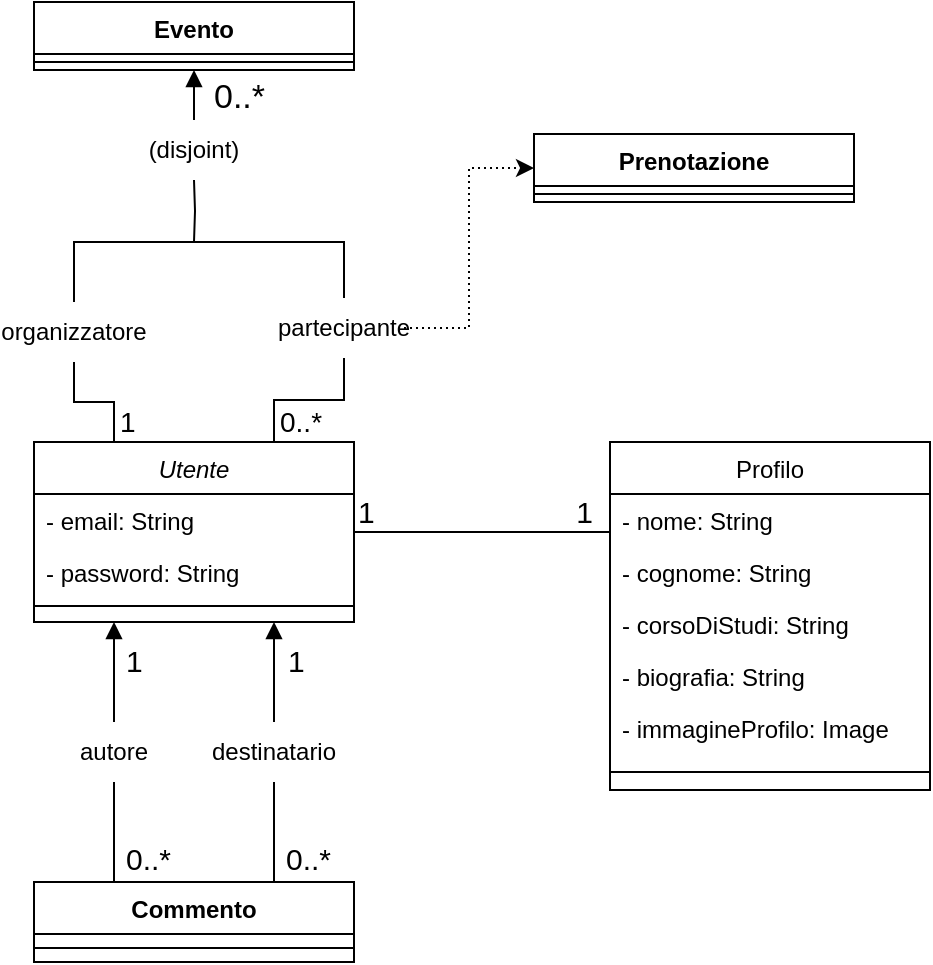
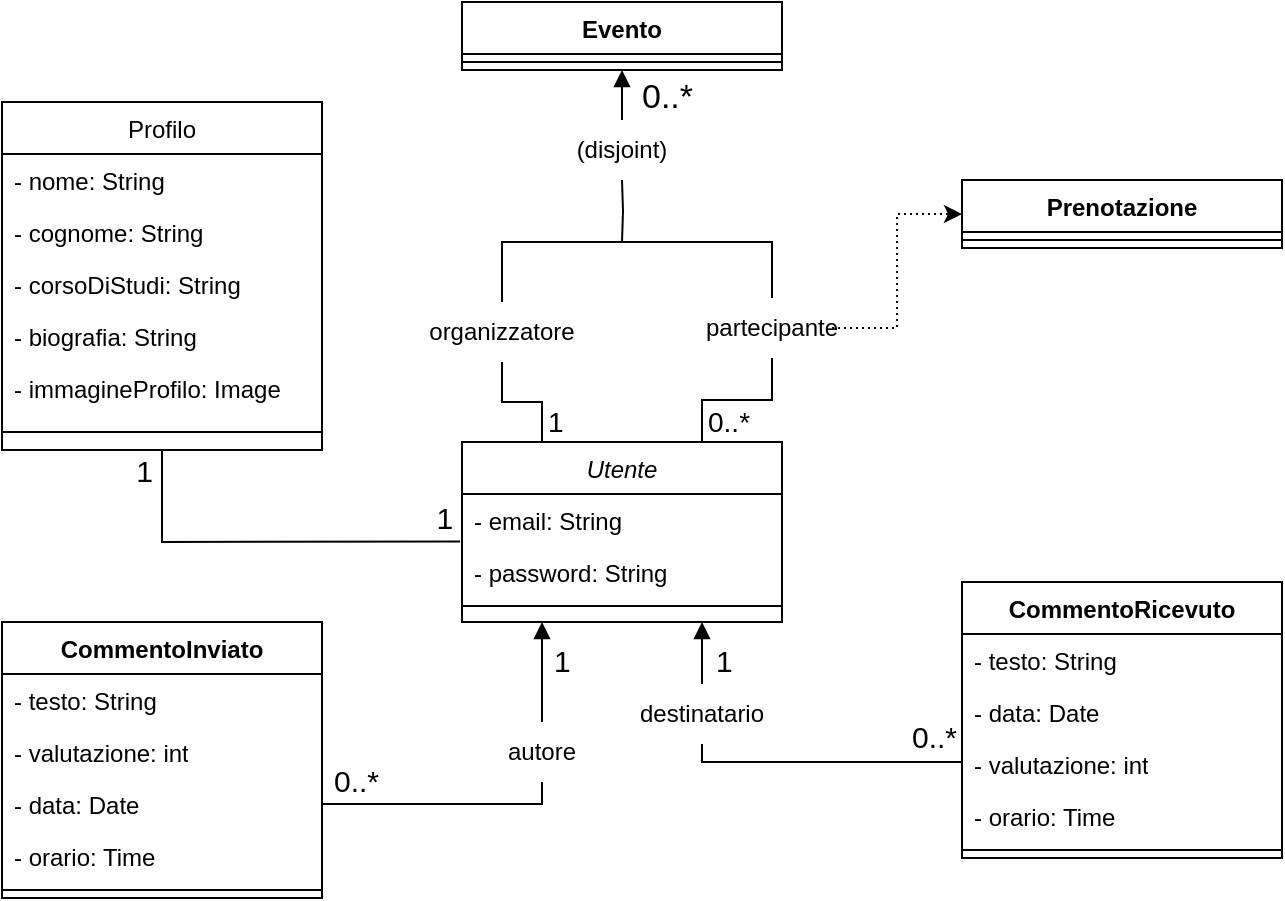
<mxfile host="app.diagrams.net">
  <diagram id="C5RBs43oDa-KdzZeNtuy" name="Page-1">
-     <mxGraphModel dx="1030" dy="1696" grid="1" gridSize="10" guides="1" tooltips="1" connect="1" arrows="1" fold="1" page="1" pageScale="1" pageWidth="827" pageHeight="1169" math="0" shadow="0">
+     <mxGraphModel dx="1971" dy="1755" grid="1" gridSize="10" guides="1" tooltips="1" connect="1" arrows="1" fold="1" page="1" pageScale="1" pageWidth="827" pageHeight="1169" math="0" shadow="0">
      <root>
        <mxCell id="WIyWlLk6GJQsqaUBKTNV-0" />
        <mxCell id="WIyWlLk6GJQsqaUBKTNV-1" parent="WIyWlLk6GJQsqaUBKTNV-0" />
        <mxCell id="zkfFHV4jXpPFQw0GAbJ--0" parent="WIyWlLk6GJQsqaUBKTNV-1" style="swimlane;fontStyle=2;align=center;verticalAlign=top;childLayout=stackLayout;horizontal=1;startSize=26;horizontalStack=0;resizeParent=1;resizeLast=0;collapsible=1;marginBottom=0;rounded=0;shadow=0;strokeWidth=1;" value="Utente" vertex="1">
          <mxGeometry height="90" width="160" x="220" y="120" as="geometry">
            <mxRectangle height="26" width="160" x="230" y="140" as="alternateBounds" />
          </mxGeometry>
        </mxCell>
        <mxCell id="zkfFHV4jXpPFQw0GAbJ--1" parent="zkfFHV4jXpPFQw0GAbJ--0" style="text;align=left;verticalAlign=top;spacingLeft=4;spacingRight=4;overflow=hidden;rotatable=0;points=[[0,0.5],[1,0.5]];portConstraint=eastwest;" value="- email: String" vertex="1">
          <mxGeometry height="26" width="160" y="26" as="geometry" />
        </mxCell>
        <mxCell id="zkfFHV4jXpPFQw0GAbJ--2" parent="zkfFHV4jXpPFQw0GAbJ--0" style="text;align=left;verticalAlign=top;spacingLeft=4;spacingRight=4;overflow=hidden;rotatable=0;points=[[0,0.5],[1,0.5]];portConstraint=eastwest;rounded=0;shadow=0;html=0;" value="- password: String" vertex="1">
          <mxGeometry height="26" width="160" y="52" as="geometry" />
        </mxCell>
        <mxCell id="zkfFHV4jXpPFQw0GAbJ--4" parent="zkfFHV4jXpPFQw0GAbJ--0" style="line;html=1;strokeWidth=1;align=left;verticalAlign=middle;spacingTop=-1;spacingLeft=3;spacingRight=3;rotatable=0;labelPosition=right;points=[];portConstraint=eastwest;" value="" vertex="1">
          <mxGeometry height="8" width="160" y="78" as="geometry" />
        </mxCell>
        <mxCell id="zkfFHV4jXpPFQw0GAbJ--17" parent="WIyWlLk6GJQsqaUBKTNV-1" style="swimlane;fontStyle=0;align=center;verticalAlign=top;childLayout=stackLayout;horizontal=1;startSize=26;horizontalStack=0;resizeParent=1;resizeLast=0;collapsible=1;marginBottom=0;rounded=0;shadow=0;strokeWidth=1;" value="Profilo" vertex="1">
-           <mxGeometry height="174" width="160" x="508" y="120" as="geometry">
+           <mxGeometry height="174" width="160" x="-10" y="-50" as="geometry">
            <mxRectangle height="26" width="160" x="550" y="140" as="alternateBounds" />
          </mxGeometry>
        </mxCell>
        <mxCell id="A1KmLSKrQZBMBl_nuZv8-17" parent="zkfFHV4jXpPFQw0GAbJ--17" style="text;align=left;verticalAlign=top;spacingLeft=4;spacingRight=4;overflow=hidden;rotatable=0;points=[[0,0.5],[1,0.5]];portConstraint=eastwest;" value="- nome: String        " vertex="1">
          <mxGeometry height="26" width="160" y="26" as="geometry" />
        </mxCell>
        <mxCell id="zkfFHV4jXpPFQw0GAbJ--19" parent="zkfFHV4jXpPFQw0GAbJ--17" style="text;align=left;verticalAlign=top;spacingLeft=4;spacingRight=4;overflow=hidden;rotatable=0;points=[[0,0.5],[1,0.5]];portConstraint=eastwest;rounded=0;shadow=0;html=0;" value="- cognome: String" vertex="1">
          <mxGeometry height="26" width="160" y="52" as="geometry" />
        </mxCell>
        <mxCell id="zkfFHV4jXpPFQw0GAbJ--20" parent="zkfFHV4jXpPFQw0GAbJ--17" style="text;align=left;verticalAlign=top;spacingLeft=4;spacingRight=4;overflow=hidden;rotatable=0;points=[[0,0.5],[1,0.5]];portConstraint=eastwest;rounded=0;shadow=0;html=0;" value="- corsoDiStudi: String" vertex="1">
          <mxGeometry height="26" width="160" y="78" as="geometry" />
        </mxCell>
        <mxCell id="zkfFHV4jXpPFQw0GAbJ--21" parent="zkfFHV4jXpPFQw0GAbJ--17" style="text;align=left;verticalAlign=top;spacingLeft=4;spacingRight=4;overflow=hidden;rotatable=0;points=[[0,0.5],[1,0.5]];portConstraint=eastwest;rounded=0;shadow=0;html=0;" value="- biografia: String" vertex="1">
          <mxGeometry height="26" width="160" y="104" as="geometry" />
        </mxCell>
        <mxCell id="zkfFHV4jXpPFQw0GAbJ--22" parent="zkfFHV4jXpPFQw0GAbJ--17" style="text;align=left;verticalAlign=top;spacingLeft=4;spacingRight=4;overflow=hidden;rotatable=0;points=[[0,0.5],[1,0.5]];portConstraint=eastwest;rounded=0;shadow=0;html=0;" value="- immagineProfilo: Image" vertex="1">
          <mxGeometry height="26" width="160" y="130" as="geometry" />
        </mxCell>
        <mxCell id="zkfFHV4jXpPFQw0GAbJ--23" parent="zkfFHV4jXpPFQw0GAbJ--17" style="line;html=1;strokeWidth=1;align=left;verticalAlign=middle;spacingTop=-1;spacingLeft=3;spacingRight=3;rotatable=0;labelPosition=right;points=[];portConstraint=eastwest;" value="" vertex="1">
          <mxGeometry height="18" width="160" y="156" as="geometry" />
        </mxCell>
-         <mxCell id="zkfFHV4jXpPFQw0GAbJ--26" edge="1" parent="WIyWlLk6GJQsqaUBKTNV-1" source="zkfFHV4jXpPFQw0GAbJ--0" style="endArrow=none;shadow=0;strokeWidth=1;rounded=0;curved=0;endFill=0;edgeStyle=elbowEdgeStyle;elbow=vertical;" target="zkfFHV4jXpPFQw0GAbJ--17" value="">
+         <mxCell id="zkfFHV4jXpPFQw0GAbJ--26" edge="1" parent="WIyWlLk6GJQsqaUBKTNV-1" source="zkfFHV4jXpPFQw0GAbJ--2" style="endArrow=none;shadow=0;strokeWidth=1;rounded=0;curved=0;endFill=0;edgeStyle=elbowEdgeStyle;elbow=vertical;exitX=-0.006;exitY=-0.085;exitDx=0;exitDy=0;exitPerimeter=0;" target="zkfFHV4jXpPFQw0GAbJ--17" value="">
          <mxGeometry relative="1" x="0.5" y="41" as="geometry">
            <mxPoint x="-40" y="32" as="offset" />
+             <Array as="points">
+               <mxPoint x="70" y="170" />
+             </Array>
            <mxPoint x="380" y="192" as="sourcePoint" />
            <mxPoint x="540" y="192" as="targetPoint" />
          </mxGeometry>
        </mxCell>
        <mxCell id="zkfFHV4jXpPFQw0GAbJ--27" connectable="0" parent="zkfFHV4jXpPFQw0GAbJ--26" style="resizable=0;align=left;verticalAlign=bottom;labelBackgroundColor=none;fontSize=15;" value="1" vertex="1">
          <mxGeometry relative="1" x="-1" as="geometry">
-             <mxPoint as="offset" />
+             <mxPoint x="-14" y="-2" as="offset" />
          </mxGeometry>
        </mxCell>
        <mxCell id="zkfFHV4jXpPFQw0GAbJ--28" connectable="0" parent="zkfFHV4jXpPFQw0GAbJ--26" style="resizable=0;align=right;verticalAlign=bottom;labelBackgroundColor=none;fontSize=15;" value="1" vertex="1">
          <mxGeometry relative="1" x="1" as="geometry">
-             <mxPoint x="-7" as="offset" />
-           </mxGeometry>
-         </mxCell>
-         <mxCell id="A1KmLSKrQZBMBl_nuZv8-7" parent="WIyWlLk6GJQsqaUBKTNV-1" style="swimlane;fontStyle=1;align=center;verticalAlign=top;childLayout=stackLayout;horizontal=1;startSize=26;horizontalStack=0;resizeParent=1;resizeParentMax=0;resizeLast=0;collapsible=1;marginBottom=0;whiteSpace=wrap;html=1;" value="Commento" vertex="1">
-           <mxGeometry height="40" width="160" x="220" y="340" as="geometry" />
-         </mxCell>
-         <mxCell id="A1KmLSKrQZBMBl_nuZv8-9" parent="A1KmLSKrQZBMBl_nuZv8-7" style="line;strokeWidth=1;fillColor=none;align=left;verticalAlign=middle;spacingTop=-1;spacingLeft=3;spacingRight=3;rotatable=0;labelPosition=right;points=[];portConstraint=eastwest;strokeColor=inherit;" value="" vertex="1">
-           <mxGeometry height="14" width="160" y="26" as="geometry" />
+             <mxPoint x="-3" y="20" as="offset" />
+           </mxGeometry>
        </mxCell>
        <mxCell id="A1KmLSKrQZBMBl_nuZv8-25" edge="1" parent="WIyWlLk6GJQsqaUBKTNV-1" source="A1KmLSKrQZBMBl_nuZv8-31" style="endArrow=block;endFill=1;html=1;edgeStyle=orthogonalEdgeStyle;align=left;verticalAlign=top;rounded=0;entryX=0.25;entryY=1;entryDx=0;entryDy=0;" target="zkfFHV4jXpPFQw0GAbJ--0" value="">
          <mxGeometry relative="1" x="-1" as="geometry">
            <mxPoint x="240" y="300" as="sourcePoint" />
            <mxPoint x="400" y="300" as="targetPoint" />
          </mxGeometry>
        </mxCell>
        <mxCell id="A1KmLSKrQZBMBl_nuZv8-28" connectable="0" parent="WIyWlLk6GJQsqaUBKTNV-1" style="edgeLabel;resizable=0;html=1;align=left;verticalAlign=bottom;" value="&lt;font style=&quot;font-size: 15px;&quot;&gt;1&lt;/font&gt;" vertex="1">
          <mxGeometry x="264" y="240" as="geometry" />
        </mxCell>
        <mxCell id="A1KmLSKrQZBMBl_nuZv8-33" edge="1" parent="WIyWlLk6GJQsqaUBKTNV-1" source="A1KmLSKrQZBMBl_nuZv8-36" style="endArrow=block;endFill=1;html=1;edgeStyle=orthogonalEdgeStyle;align=left;verticalAlign=top;rounded=0;exitX=0.5;exitY=0;exitDx=0;exitDy=0;entryX=0.75;entryY=1;entryDx=0;entryDy=0;" target="zkfFHV4jXpPFQw0GAbJ--0" value="">
          <mxGeometry relative="1" x="-1" as="geometry">
            <mxPoint x="341" y="340" as="sourcePoint" />
            <mxPoint x="341" y="220" as="targetPoint" />
          </mxGeometry>
        </mxCell>
        <mxCell id="A1KmLSKrQZBMBl_nuZv8-35" connectable="0" parent="WIyWlLk6GJQsqaUBKTNV-1" style="edgeLabel;resizable=0;html=1;align=left;verticalAlign=bottom;fontSize=15;" value="1" vertex="1">
          <mxGeometry x="345" y="240" as="geometry" />
        </mxCell>
        <mxCell id="A1KmLSKrQZBMBl_nuZv8-37" parent="WIyWlLk6GJQsqaUBKTNV-1" style="swimlane;fontStyle=1;align=center;verticalAlign=top;childLayout=stackLayout;horizontal=1;startSize=26;horizontalStack=0;resizeParent=1;resizeParentMax=0;resizeLast=0;collapsible=1;marginBottom=0;whiteSpace=wrap;html=1;" value="Evento" vertex="1">
          <mxGeometry height="34" width="160" x="220" y="-100" as="geometry" />
        </mxCell>
        <mxCell id="A1KmLSKrQZBMBl_nuZv8-39" parent="A1KmLSKrQZBMBl_nuZv8-37" style="line;strokeWidth=1;fillColor=none;align=left;verticalAlign=middle;spacingTop=-1;spacingLeft=3;spacingRight=3;rotatable=0;labelPosition=right;points=[];portConstraint=eastwest;strokeColor=inherit;" value="" vertex="1">
          <mxGeometry height="8" width="160" y="26" as="geometry" />
        </mxCell>
        <mxCell id="A1KmLSKrQZBMBl_nuZv8-41" parent="WIyWlLk6GJQsqaUBKTNV-1" style="swimlane;fontStyle=1;align=center;verticalAlign=top;childLayout=stackLayout;horizontal=1;startSize=26;horizontalStack=0;resizeParent=1;resizeParentMax=0;resizeLast=0;collapsible=1;marginBottom=0;whiteSpace=wrap;html=1;" value="Prenotazione" vertex="1">
-           <mxGeometry height="34" width="160" x="470" y="-34" as="geometry" />
+           <mxGeometry height="34" width="160" x="470" y="-11" as="geometry" />
        </mxCell>
        <mxCell id="A1KmLSKrQZBMBl_nuZv8-43" parent="A1KmLSKrQZBMBl_nuZv8-41" style="line;strokeWidth=1;fillColor=none;align=left;verticalAlign=middle;spacingTop=-1;spacingLeft=3;spacingRight=3;rotatable=0;labelPosition=right;points=[];portConstraint=eastwest;strokeColor=inherit;" value="" vertex="1">
          <mxGeometry height="8" width="160" y="26" as="geometry" />
        </mxCell>
        <mxCell id="A1KmLSKrQZBMBl_nuZv8-48" edge="1" parent="WIyWlLk6GJQsqaUBKTNV-1" source="sJ1sH7wyjwEBY0EeLs8f-1" style="endArrow=block;endFill=1;html=1;edgeStyle=orthogonalEdgeStyle;align=left;verticalAlign=top;rounded=0;entryX=0.5;entryY=1;entryDx=0;entryDy=0;" target="A1KmLSKrQZBMBl_nuZv8-37" value="">
          <mxGeometry relative="1" x="-1" as="geometry">
            <mxPoint x="300" y="20" as="sourcePoint" />
            <mxPoint x="270" y="-50" as="targetPoint" />
          </mxGeometry>
        </mxCell>
        <mxCell id="A1KmLSKrQZBMBl_nuZv8-52" connectable="0" parent="WIyWlLk6GJQsqaUBKTNV-1" style="edgeLabel;resizable=0;html=1;align=left;verticalAlign=bottom;fontSize=17;" value="0..*" vertex="1">
          <mxGeometry x="308" y="-41" as="geometry" />
        </mxCell>
        <mxCell id="A1KmLSKrQZBMBl_nuZv8-54" edge="1" parent="WIyWlLk6GJQsqaUBKTNV-1" source="zkfFHV4jXpPFQw0GAbJ--0" style="endArrow=none;endFill=0;html=1;edgeStyle=orthogonalEdgeStyle;align=left;verticalAlign=top;rounded=0;exitX=0.25;exitY=0;exitDx=0;exitDy=0;entryX=0.5;entryY=1;entryDx=0;entryDy=0;" target="A1KmLSKrQZBMBl_nuZv8-50" value="">
          <mxGeometry relative="1" x="-1" as="geometry">
            <mxPoint x="260" y="120" as="sourcePoint" />
            <mxPoint x="130" y="-16" as="targetPoint" />
          </mxGeometry>
        </mxCell>
        <mxCell id="A1KmLSKrQZBMBl_nuZv8-55" connectable="0" parent="A1KmLSKrQZBMBl_nuZv8-54" style="edgeLabel;resizable=0;html=1;align=left;verticalAlign=bottom;fontSize=14;" value="1" vertex="1">
          <mxGeometry relative="1" x="-1" as="geometry">
            <mxPoint x="1" as="offset" />
          </mxGeometry>
        </mxCell>
        <mxCell id="sJ1sH7wyjwEBY0EeLs8f-0" edge="1" parent="WIyWlLk6GJQsqaUBKTNV-1" source="A1KmLSKrQZBMBl_nuZv8-50" style="edgeStyle=orthogonalEdgeStyle;rounded=0;orthogonalLoop=1;jettySize=auto;html=1;exitX=0.5;exitY=0;exitDx=0;exitDy=0;endArrow=none;endFill=0;entryX=0.5;entryY=0;entryDx=0;entryDy=0;" target="A1KmLSKrQZBMBl_nuZv8-51">
          <mxGeometry relative="1" as="geometry">
            <Array as="points">
              <mxPoint x="240" y="20" />
              <mxPoint x="375" y="20" />
            </Array>
            <mxPoint x="300" y="20" as="targetPoint" />
          </mxGeometry>
        </mxCell>
        <mxCell id="A1KmLSKrQZBMBl_nuZv8-50" parent="WIyWlLk6GJQsqaUBKTNV-1" style="text;html=1;whiteSpace=wrap;strokeColor=none;fillColor=none;align=center;verticalAlign=middle;rounded=0;" value="organizzatore" vertex="1">
          <mxGeometry height="30" width="60" x="210" y="50" as="geometry" />
        </mxCell>
        <mxCell id="A1KmLSKrQZBMBl_nuZv8-56" edge="1" parent="WIyWlLk6GJQsqaUBKTNV-1" source="zkfFHV4jXpPFQw0GAbJ--0" style="endArrow=none;endFill=0;html=1;edgeStyle=orthogonalEdgeStyle;align=left;verticalAlign=top;rounded=0;exitX=0.75;exitY=0;exitDx=0;exitDy=0;" target="A1KmLSKrQZBMBl_nuZv8-51" value="">
          <mxGeometry relative="1" x="-1" as="geometry">
            <mxPoint x="340" y="120" as="sourcePoint" />
            <mxPoint x="270" y="-50" as="targetPoint" />
          </mxGeometry>
        </mxCell>
        <mxCell id="A1KmLSKrQZBMBl_nuZv8-57" connectable="0" parent="A1KmLSKrQZBMBl_nuZv8-56" style="edgeLabel;resizable=0;html=1;align=left;verticalAlign=bottom;fontSize=14;" value="0..*" vertex="1">
          <mxGeometry relative="1" x="-1" as="geometry">
            <mxPoint x="1" as="offset" />
          </mxGeometry>
        </mxCell>
        <mxCell id="A1KmLSKrQZBMBl_nuZv8-58" edge="1" parent="WIyWlLk6GJQsqaUBKTNV-1" source="A1KmLSKrQZBMBl_nuZv8-51" style="edgeStyle=orthogonalEdgeStyle;rounded=0;orthogonalLoop=1;jettySize=auto;html=1;exitX=1;exitY=0.5;exitDx=0;exitDy=0;dashed=1;dashPattern=1 2;entryX=0;entryY=0.5;entryDx=0;entryDy=0;" target="A1KmLSKrQZBMBl_nuZv8-41">
          <mxGeometry relative="1" as="geometry">
            <mxPoint x="347" y="35" as="sourcePoint" />
            <mxPoint x="457" y="35.333333333333485" as="targetPoint" />
          </mxGeometry>
        </mxCell>
        <mxCell id="A1KmLSKrQZBMBl_nuZv8-51" parent="WIyWlLk6GJQsqaUBKTNV-1" style="text;html=1;whiteSpace=wrap;strokeColor=none;fillColor=none;align=center;verticalAlign=middle;rounded=0;" value="partecipante" vertex="1">
          <mxGeometry height="30" width="60" x="345" y="48" as="geometry" />
        </mxCell>
-         <mxCell id="A1KmLSKrQZBMBl_nuZv8-61" edge="1" parent="WIyWlLk6GJQsqaUBKTNV-1" source="A1KmLSKrQZBMBl_nuZv8-7" style="endArrow=none;endFill=0;html=1;edgeStyle=orthogonalEdgeStyle;align=left;verticalAlign=top;rounded=0;exitX=0.75;exitY=0;exitDx=0;exitDy=0;entryX=0.5;entryY=1;entryDx=0;entryDy=0;" target="A1KmLSKrQZBMBl_nuZv8-36" value="">
-           <mxGeometry relative="1" x="-1" as="geometry">
-             <mxPoint x="340" y="340" as="sourcePoint" />
-             <mxPoint x="340" y="290" as="targetPoint" />
+         <mxCell id="A1KmLSKrQZBMBl_nuZv8-61" edge="1" parent="WIyWlLk6GJQsqaUBKTNV-1" style="endArrow=none;endFill=0;html=1;edgeStyle=orthogonalEdgeStyle;align=left;verticalAlign=top;rounded=0;exitX=0;exitY=0.5;exitDx=0;exitDy=0;entryX=0.5;entryY=1;entryDx=0;entryDy=0;" value="">
+           <mxGeometry relative="1" x="-1" as="geometry">
+             <Array as="points">
+               <mxPoint x="470" y="280" />
+               <mxPoint x="340" y="280" />
+             </Array>
+             <mxPoint x="470" y="281" as="sourcePoint" />
+             <mxPoint x="340" y="271" as="targetPoint" />
          </mxGeometry>
        </mxCell>
        <mxCell id="A1KmLSKrQZBMBl_nuZv8-62" connectable="0" parent="A1KmLSKrQZBMBl_nuZv8-61" style="edgeLabel;resizable=0;html=1;align=left;verticalAlign=bottom;" value="&lt;font style=&quot;font-size: 15px;&quot;&gt;0..*&lt;/font&gt;" vertex="1">
          <mxGeometry relative="1" x="-1" as="geometry">
-             <mxPoint x="4" y="-1" as="offset" />
+             <mxPoint x="-27" y="-3" as="offset" />
          </mxGeometry>
        </mxCell>
        <mxCell id="A1KmLSKrQZBMBl_nuZv8-36" parent="WIyWlLk6GJQsqaUBKTNV-1" style="text;html=1;whiteSpace=wrap;strokeColor=none;fillColor=none;align=center;verticalAlign=middle;rounded=0;" value="destinatario" vertex="1">
-           <mxGeometry height="30" width="60" x="310" y="260" as="geometry" />
-         </mxCell>
-         <mxCell id="A1KmLSKrQZBMBl_nuZv8-63" edge="1" parent="WIyWlLk6GJQsqaUBKTNV-1" source="A1KmLSKrQZBMBl_nuZv8-7" style="endArrow=none;endFill=0;html=1;edgeStyle=orthogonalEdgeStyle;align=left;verticalAlign=top;rounded=0;exitX=0.25;exitY=0;exitDx=0;exitDy=0;entryX=0.5;entryY=1;entryDx=0;entryDy=0;" target="A1KmLSKrQZBMBl_nuZv8-31" value="">
-           <mxGeometry relative="1" x="-1" as="geometry">
-             <mxPoint x="260" y="340" as="sourcePoint" />
+           <mxGeometry height="30" width="60" x="310" y="241" as="geometry" />
+         </mxCell>
+         <mxCell id="A1KmLSKrQZBMBl_nuZv8-63" edge="1" parent="WIyWlLk6GJQsqaUBKTNV-1" source="sJ1sH7wyjwEBY0EeLs8f-15" style="endArrow=none;endFill=0;html=1;edgeStyle=orthogonalEdgeStyle;align=left;verticalAlign=top;rounded=0;exitX=1;exitY=0.5;exitDx=0;exitDy=0;entryX=0.5;entryY=1;entryDx=0;entryDy=0;" target="A1KmLSKrQZBMBl_nuZv8-31" value="">
+           <mxGeometry relative="1" x="-1" as="geometry">
+             <mxPoint x="260" y="360" as="sourcePoint" />
            <mxPoint x="260" y="210" as="targetPoint" />
          </mxGeometry>
        </mxCell>
        <mxCell id="A1KmLSKrQZBMBl_nuZv8-64" connectable="0" parent="A1KmLSKrQZBMBl_nuZv8-63" style="edgeLabel;resizable=0;html=1;align=left;verticalAlign=bottom;fontSize=15;" value="0..*" vertex="1">
          <mxGeometry relative="1" x="-1" as="geometry">
            <mxPoint x="4" y="-1" as="offset" />
          </mxGeometry>
        </mxCell>
        <mxCell id="A1KmLSKrQZBMBl_nuZv8-31" parent="WIyWlLk6GJQsqaUBKTNV-1" style="text;html=1;whiteSpace=wrap;strokeColor=none;fillColor=none;align=center;verticalAlign=middle;rounded=0;" value="autore" vertex="1">
          <mxGeometry height="30" width="60" x="230" y="260" as="geometry" />
        </mxCell>
        <mxCell id="sJ1sH7wyjwEBY0EeLs8f-3" edge="1" parent="WIyWlLk6GJQsqaUBKTNV-1" style="endArrow=none;endFill=0;html=1;edgeStyle=orthogonalEdgeStyle;align=left;verticalAlign=top;rounded=0;entryX=0.5;entryY=1;entryDx=0;entryDy=0;" target="sJ1sH7wyjwEBY0EeLs8f-1" value="">
          <mxGeometry relative="1" x="-1" as="geometry">
            <mxPoint x="300" y="20" as="sourcePoint" />
            <mxPoint x="300" y="-66" as="targetPoint" />
          </mxGeometry>
        </mxCell>
        <mxCell id="sJ1sH7wyjwEBY0EeLs8f-1" parent="WIyWlLk6GJQsqaUBKTNV-1" style="text;html=1;whiteSpace=wrap;strokeColor=none;fillColor=none;align=center;verticalAlign=middle;rounded=0;" value="&lt;div&gt;&lt;span style=&quot;background-color: transparent; color: light-dark(rgb(0, 0, 0), rgb(255, 255, 255));&quot;&gt;(disjoint)&lt;/span&gt;&lt;/div&gt;" vertex="1">
          <mxGeometry height="30" width="60" x="270" y="-41" as="geometry" />
+         </mxCell>
+         <mxCell id="sJ1sH7wyjwEBY0EeLs8f-8" parent="WIyWlLk6GJQsqaUBKTNV-1" style="swimlane;fontStyle=1;align=center;verticalAlign=top;childLayout=stackLayout;horizontal=1;startSize=26;horizontalStack=0;resizeParent=1;resizeParentMax=0;resizeLast=0;collapsible=1;marginBottom=0;whiteSpace=wrap;html=1;" value="CommentoInviato" vertex="1">
+           <mxGeometry height="138" width="160" x="-10" y="210" as="geometry" />
+         </mxCell>
+         <mxCell id="sJ1sH7wyjwEBY0EeLs8f-9" parent="sJ1sH7wyjwEBY0EeLs8f-8" style="text;strokeColor=none;fillColor=none;align=left;verticalAlign=top;spacingLeft=4;spacingRight=4;overflow=hidden;rotatable=0;points=[[0,0.5],[1,0.5]];portConstraint=eastwest;whiteSpace=wrap;html=1;" value="- testo: String" vertex="1">
+           <mxGeometry height="26" width="160" y="26" as="geometry" />
+         </mxCell>
+         <mxCell id="sJ1sH7wyjwEBY0EeLs8f-14" parent="sJ1sH7wyjwEBY0EeLs8f-8" style="text;strokeColor=none;fillColor=none;align=left;verticalAlign=top;spacingLeft=4;spacingRight=4;overflow=hidden;rotatable=0;points=[[0,0.5],[1,0.5]];portConstraint=eastwest;whiteSpace=wrap;html=1;" value="- valutazione: int" vertex="1">
+           <mxGeometry height="26" width="160" y="52" as="geometry" />
+         </mxCell>
+         <mxCell id="sJ1sH7wyjwEBY0EeLs8f-15" parent="sJ1sH7wyjwEBY0EeLs8f-8" style="text;strokeColor=none;fillColor=none;align=left;verticalAlign=top;spacingLeft=4;spacingRight=4;overflow=hidden;rotatable=0;points=[[0,0.5],[1,0.5]];portConstraint=eastwest;whiteSpace=wrap;html=1;" value="- data: Date" vertex="1">
+           <mxGeometry height="26" width="160" y="78" as="geometry" />
+         </mxCell>
+         <mxCell id="sJ1sH7wyjwEBY0EeLs8f-16" parent="sJ1sH7wyjwEBY0EeLs8f-8" style="text;strokeColor=none;fillColor=none;align=left;verticalAlign=top;spacingLeft=4;spacingRight=4;overflow=hidden;rotatable=0;points=[[0,0.5],[1,0.5]];portConstraint=eastwest;whiteSpace=wrap;html=1;" value="- orario: Time" vertex="1">
+           <mxGeometry height="26" width="160" y="104" as="geometry" />
+         </mxCell>
+         <mxCell id="sJ1sH7wyjwEBY0EeLs8f-10" parent="sJ1sH7wyjwEBY0EeLs8f-8" style="line;strokeWidth=1;fillColor=none;align=left;verticalAlign=middle;spacingTop=-1;spacingLeft=3;spacingRight=3;rotatable=0;labelPosition=right;points=[];portConstraint=eastwest;strokeColor=inherit;" value="" vertex="1">
+           <mxGeometry height="8" width="160" y="130" as="geometry" />
+         </mxCell>
+         <mxCell id="sJ1sH7wyjwEBY0EeLs8f-17" parent="WIyWlLk6GJQsqaUBKTNV-1" style="swimlane;fontStyle=1;align=center;verticalAlign=top;childLayout=stackLayout;horizontal=1;startSize=26;horizontalStack=0;resizeParent=1;resizeParentMax=0;resizeLast=0;collapsible=1;marginBottom=0;whiteSpace=wrap;html=1;" value="CommentoRicevuto" vertex="1">
+           <mxGeometry height="138" width="160" x="470" y="190" as="geometry" />
+         </mxCell>
+         <mxCell id="sJ1sH7wyjwEBY0EeLs8f-18" parent="sJ1sH7wyjwEBY0EeLs8f-17" style="text;strokeColor=none;fillColor=none;align=left;verticalAlign=top;spacingLeft=4;spacingRight=4;overflow=hidden;rotatable=0;points=[[0,0.5],[1,0.5]];portConstraint=eastwest;whiteSpace=wrap;html=1;" value="- testo: String" vertex="1">
+           <mxGeometry height="26" width="160" y="26" as="geometry" />
+         </mxCell>
+         <mxCell id="sJ1sH7wyjwEBY0EeLs8f-20" parent="sJ1sH7wyjwEBY0EeLs8f-17" style="text;strokeColor=none;fillColor=none;align=left;verticalAlign=top;spacingLeft=4;spacingRight=4;overflow=hidden;rotatable=0;points=[[0,0.5],[1,0.5]];portConstraint=eastwest;whiteSpace=wrap;html=1;" value="- data: Date" vertex="1">
+           <mxGeometry height="26" width="160" y="52" as="geometry" />
+         </mxCell>
+         <mxCell id="sJ1sH7wyjwEBY0EeLs8f-19" parent="sJ1sH7wyjwEBY0EeLs8f-17" style="text;strokeColor=none;fillColor=none;align=left;verticalAlign=top;spacingLeft=4;spacingRight=4;overflow=hidden;rotatable=0;points=[[0,0.5],[1,0.5]];portConstraint=eastwest;whiteSpace=wrap;html=1;" value="- valutazione: int" vertex="1">
+           <mxGeometry height="26" width="160" y="78" as="geometry" />
+         </mxCell>
+         <mxCell id="sJ1sH7wyjwEBY0EeLs8f-21" parent="sJ1sH7wyjwEBY0EeLs8f-17" style="text;strokeColor=none;fillColor=none;align=left;verticalAlign=top;spacingLeft=4;spacingRight=4;overflow=hidden;rotatable=0;points=[[0,0.5],[1,0.5]];portConstraint=eastwest;whiteSpace=wrap;html=1;" value="- orario: Time" vertex="1">
+           <mxGeometry height="26" width="160" y="104" as="geometry" />
+         </mxCell>
+         <mxCell id="sJ1sH7wyjwEBY0EeLs8f-22" parent="sJ1sH7wyjwEBY0EeLs8f-17" style="line;strokeWidth=1;fillColor=none;align=left;verticalAlign=middle;spacingTop=-1;spacingLeft=3;spacingRight=3;rotatable=0;labelPosition=right;points=[];portConstraint=eastwest;strokeColor=inherit;" value="" vertex="1">
+           <mxGeometry height="8" width="160" y="130" as="geometry" />
        </mxCell>
      </root>
    </mxGraphModel>
  </diagram>
</mxfile>
